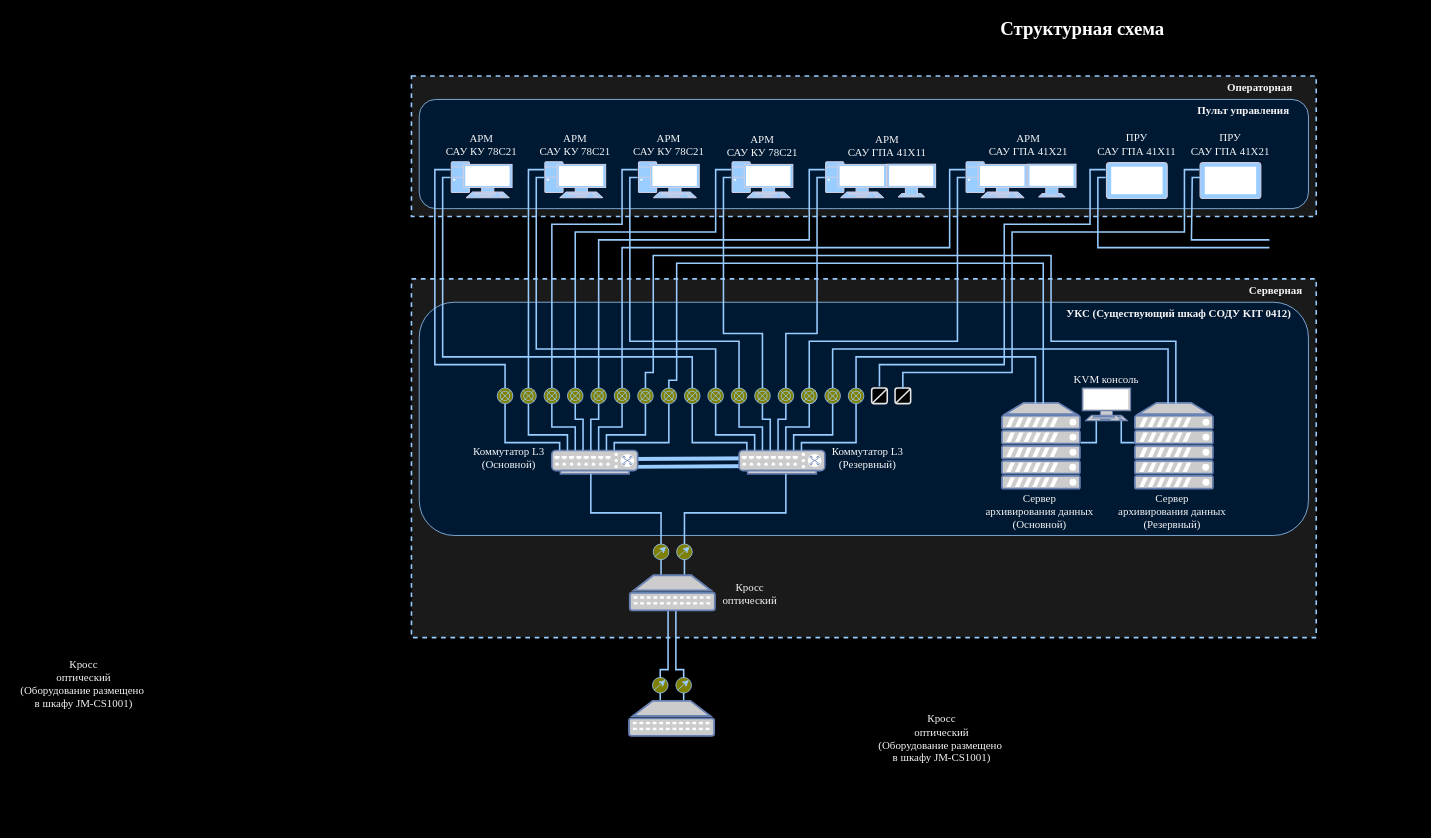
The draw.io diagram Диаграмма без названия.drawio in Tretyak0ff/schemes, before the edit. Source tidied: cells renumbered, new cells numbered last; positions are measured from the earlier drawing's top-left corner, leaving out a move shared by most shapes. Both pictures are drawn from the tidied source at 78%, with x=0, y=0 at pixel (13, 13).
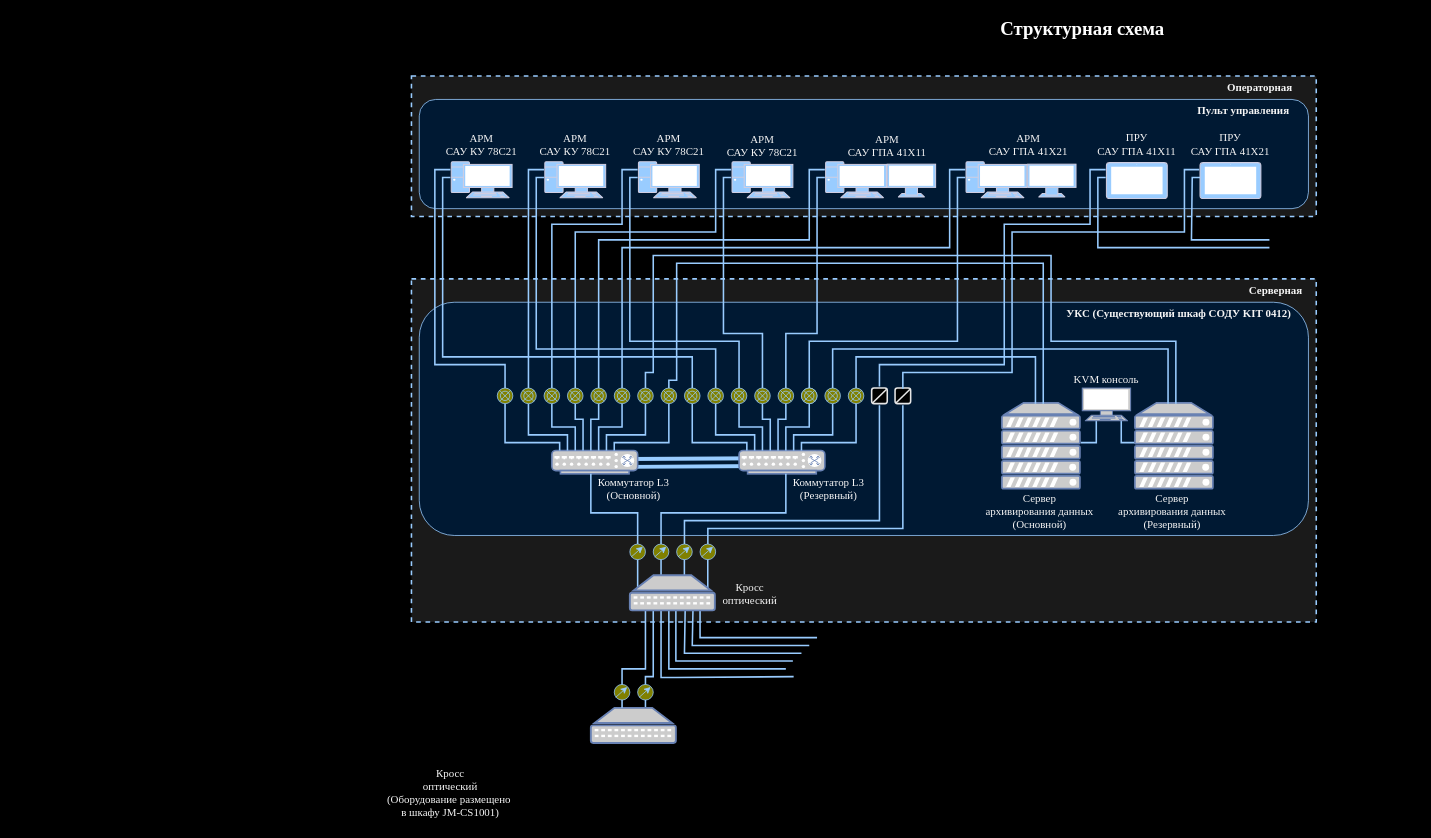
The same diagram, later.

What changed in the source:
```diff
@@
-    <mxCell id="3" value="&lt;div&gt;&lt;span style=&quot;text-wrap: nowrap;&quot;&gt;Кросс&lt;/span&gt;&lt;/div&gt;&lt;div&gt;&lt;span style=&quot;text-wrap: nowrap; background-color: initial;&quot;&gt;оптический&lt;/span&gt;&lt;/div&gt;&lt;div&gt;&lt;span style=&quot;text-wrap: nowrap; background-color: initial;&quot;&gt;(Оборудование размещено&amp;nbsp;&lt;/span&gt;&lt;/div&gt;&lt;div&gt;&lt;span style=&quot;text-wrap: nowrap; background-color: initial;&quot;&gt;в шкафу JM-CS1001)&lt;/span&gt;&lt;/div&gt;" style="text;whiteSpace=wrap;html=1;align=center;labelBackgroundColor=none;fontColor=#f5f5f5;verticalAlign=middle;fontSize=14;fontFamily=Times New Roman;" parent="1" vertex="1">
-      <mxGeometry x="1100" y="890" width="180" height="80" as="geometry" />
-    </mxCell>
@@
     <mxCell id="9" value="&lt;font face=&quot;Times New Roman&quot; color=&quot;#f5f5f5&quot;&gt;Серверная&lt;span style=&quot;white-space: pre;&quot;&gt;&#9;&lt;/span&gt;&lt;/font&gt;" style="rounded=0;whiteSpace=wrap;html=1;strokeColor=#99CCFF;fontColor=#99CCFF;fillColor=#1A1A1A;dashed=1;strokeWidth=2;verticalAlign=top;fontSize=14;fontStyle=1;align=right;" parent="8" vertex="1">
-      <mxGeometry x="510" y="340" width="1160" height="460" as="geometry" />
+      <mxGeometry x="510" y="340" width="1160" height="440" as="geometry" />
     </mxCell>
@@
     <mxCell id="26" value="&lt;span style=&quot;text-wrap: nowrap;&quot;&gt;Коммутатор L3&lt;/span&gt;&lt;div&gt;&lt;span style=&quot;text-wrap: nowrap;&quot;&gt;(Основной)&lt;/span&gt;&lt;/div&gt;" style="text;whiteSpace=wrap;html=1;align=center;labelBackgroundColor=none;fontColor=#f5f5f5;verticalAlign=middle;fontSize=14;fontFamily=Times New Roman;" parent="25" vertex="1">
-      <mxGeometry x="580" y="550" width="110" height="40" as="geometry" />
+      <mxGeometry x="740" y="590" width="110" height="40" as="geometry" />
     </mxCell>
     <mxCell id="27" value="&lt;span style=&quot;text-wrap: nowrap;&quot;&gt;Коммутатор L3&lt;/span&gt;&lt;div&gt;&lt;span style=&quot;text-wrap: nowrap;&quot;&gt;(Резервный)&lt;/span&gt;&lt;/div&gt;" style="text;whiteSpace=wrap;html=1;align=center;labelBackgroundColor=none;fontColor=#f5f5f5;verticalAlign=middle;fontSize=14;fontFamily=Times New Roman;" parent="25" vertex="1">
-      <mxGeometry x="1040" y="550" width="110" height="40" as="geometry" />
+      <mxGeometry x="990" y="590" width="110" height="40" as="geometry" />
     </mxCell>
@@
     <mxCell id="153" style="endArrow=none;html=1;rounded=0;strokeColor=#99CCFF;fontColor=#1A1A1A;strokeWidth=2;" parent="152" edge="1">
       <mxGeometry relative="1" as="geometry">
-        <mxPoint x="829" y="881" as="sourcePoint" />
-        <mxPoint x="839" y="765" as="targetPoint" />
+        <mxPoint x="810" y="890" as="sourcePoint" />
+        <mxPoint x="820" y="760" as="targetPoint" />
         <Array as="points">
-          <mxPoint x="829" y="841" />
-          <mxPoint x="839" y="841" />
+          <mxPoint x="810" y="850" />
+          <mxPoint x="820" y="850" />
         </Array>
       </mxGeometry>
     </mxCell>
-    <mxCell id="154" style="group;" parent="152" vertex="1">
-      <mxGeometry x="819" y="851" width="20" height="20" as="geometry" />
-    </mxCell>
-    <mxCell id="155" style="strokeWidth=1;html=1;shape=mxgraph.flowchart.start_2;whiteSpace=wrap;strokeColor=#99CCFF;fontColor=#1A1A1A;fillColor=#808000;fillStyle=solid;" parent="154" vertex="1">
-      <mxGeometry width="20" height="20" as="geometry" />
-    </mxCell>
-    <mxCell id="156" style="endArrow=classic;html=1;rounded=0;strokeColor=#99CCFF;fontColor=#1A1A1A;exitX=0.093;exitY=0.826;exitDx=0;exitDy=0;exitPerimeter=0;entryX=0.835;entryY=0.166;entryDx=0;entryDy=0;entryPerimeter=0;" parent="154" edge="1" source="155" target="155">
-      <mxGeometry relative="1" as="geometry" />
-    </mxCell>
     <mxCell id="157" style="endArrow=none;html=1;rounded=0;strokeColor=#99CCFF;fontColor=#1A1A1A;strokeWidth=2;" parent="152" edge="1">
       <mxGeometry relative="1" as="geometry">
-        <mxPoint x="859" y="881" as="sourcePoint" />
-        <mxPoint x="849" y="765" as="targetPoint" />
+        <mxPoint x="1000" y="850" as="sourcePoint" />
+        <mxPoint x="830" y="760" as="targetPoint" />
         <Array as="points">
-          <mxPoint x="859" y="841" />
-          <mxPoint x="849" y="841" />
-          <mxPoint x="849" y="791" />
+          <mxPoint x="849" y="851" />
+          <mxPoint x="830" y="851" />
+          <mxPoint x="830" y="800" />
         </Array>
       </mxGeometry>
     </mxCell>
-    <mxCell id="158" style="group;" parent="152" vertex="1">
-      <mxGeometry x="849" y="851" width="20" height="20" as="geometry" />
-    </mxCell>
-    <mxCell id="159" style="strokeWidth=1;html=1;shape=mxgraph.flowchart.start_2;whiteSpace=wrap;strokeColor=#99CCFF;fontColor=#1A1A1A;fillColor=#808000;fillStyle=solid;" parent="158" vertex="1">
-      <mxGeometry width="20" height="20" as="geometry" />
-    </mxCell>
-    <mxCell id="160" style="endArrow=classic;html=1;rounded=0;strokeColor=#99CCFF;fontColor=#1A1A1A;exitX=0.093;exitY=0.826;exitDx=0;exitDy=0;exitPerimeter=0;entryX=0.835;entryY=0.166;entryDx=0;entryDy=0;entryPerimeter=0;" parent="158" edge="1" source="159" target="159">
-      <mxGeometry relative="1" as="geometry" />
-    </mxCell>
-    <mxCell id="161" value="&lt;div&gt;&lt;span style=&quot;text-wrap: nowrap;&quot;&gt;Кросс&lt;/span&gt;&lt;/div&gt;&lt;div&gt;&lt;span style=&quot;text-wrap: nowrap; background-color: initial;&quot;&gt;оптический&lt;/span&gt;&lt;/div&gt;" style="text;whiteSpace=wrap;html=1;align=center;labelBackgroundColor=none;fontColor=#f5f5f5;verticalAlign=middle;fontSize=14;fontFamily=Times New Roman;" parent="152" vertex="1">
-      <mxGeometry x="899" y="725" width="90" height="40" as="geometry" />
-    </mxCell>
     <mxCell id="162" style="fontColor=#0066CC;verticalAlign=top;verticalLabelPosition=bottom;labelPosition=center;align=center;html=1;fillColor=#CCCCCC;strokeColor=#6881B3;gradientColor=none;gradientDirection=north;strokeWidth=2;shape=mxgraph.networks.patch_panel;" parent="152" vertex="1">
-      <mxGeometry x="789" y="881" width="109" height="45" as="geometry" />
+      <mxGeometry x="740" y="890" width="109" height="45" as="geometry" />
     </mxCell>
     <mxCell id="163" value="&lt;div&gt;&lt;span style=&quot;text-wrap: nowrap;&quot;&gt;Кросс&lt;/span&gt;&lt;/div&gt;&lt;div&gt;&lt;span style=&quot;text-wrap: nowrap; background-color: initial;&quot;&gt;оптический&lt;/span&gt;&lt;/div&gt;&lt;div&gt;&lt;span style=&quot;text-wrap: nowrap; background-color: initial;&quot;&gt;(Оборудование размещено&amp;nbsp;&lt;/span&gt;&lt;/div&gt;&lt;div&gt;&lt;span style=&quot;text-wrap: nowrap; background-color: initial;&quot;&gt;в шкафу JM-CS1001)&lt;/span&gt;&lt;/div&gt;" style="text;whiteSpace=wrap;html=1;align=center;labelBackgroundColor=none;fontColor=#f5f5f5;verticalAlign=middle;fontSize=14;fontFamily=Times New Roman;" parent="152" vertex="1">
-      <mxGeometry y="820" width="180" height="80" as="geometry" />
+      <mxGeometry x="470" y="960" width="180" height="80" as="geometry" />
     </mxCell>
     <mxCell id="164" style="endArrow=none;html=1;rounded=0;strokeColor=#99CCFF;fontColor=#1A1A1A;strokeWidth=2;exitX=0.5;exitY=0;exitDx=0;exitDy=0;exitPerimeter=0;" parent="152" edge="1" source="167">
       <mxGeometry relative="1" as="geometry">
         <mxPoint x="990" y="590" as="targetPoint" />
         <Array as="points">
-          <mxPoint x="860" y="640" />
+          <mxPoint x="830" y="640" />
           <mxPoint x="990" y="640" />
         </Array>
       </mxGeometry>
     </mxCell>
     <mxCell id="165" style="strokeWidth=1;html=1;shape=mxgraph.flowchart.start_2;whiteSpace=wrap;strokeColor=#99CCFF;fontColor=#1A1A1A;fillColor=#808000;" parent="152" vertex="1">
-      <mxGeometry x="820" y="680" width="20" height="20" as="geometry" />
+      <mxGeometry x="790" y="680" width="20" height="20" as="geometry" />
     </mxCell>
@@
     <mxCell id="167" style="strokeWidth=1;html=1;shape=mxgraph.flowchart.start_2;whiteSpace=wrap;strokeColor=#99CCFF;fontColor=#1A1A1A;fillColor=#808000;" parent="152" vertex="1">
-      <mxGeometry x="850" y="680" width="20" height="20" as="geometry" />
+      <mxGeometry x="820" y="680" width="20" height="20" as="geometry" />
     </mxCell>
@@
     <mxCell id="169" style="endArrow=none;html=1;rounded=0;strokeColor=#99CCFF;fontColor=#1A1A1A;strokeWidth=2;exitX=0.5;exitY=0;exitDx=0;exitDy=0;exitPerimeter=0;" parent="152" edge="1" source="165">
       <mxGeometry relative="1" as="geometry">
         <mxPoint x="740" y="600" as="targetPoint" />
         <Array as="points">
-          <mxPoint x="830" y="640" />
+          <mxPoint x="800" y="640" />
           <mxPoint x="740" y="640" />
           <mxPoint x="740" y="590" />
         </Array>
       </mxGeometry>
     </mxCell>
     <mxCell id="170" style="endArrow=none;html=1;rounded=0;strokeColor=#99CCFF;strokeWidth=2;entryX=0.5;entryY=1;entryDx=0;entryDy=0;entryPerimeter=0;" parent="152" edge="1" target="165">
       <mxGeometry relative="1" as="geometry">
-        <mxPoint x="830" y="740" as="sourcePoint" />
+        <mxPoint x="800" y="740" as="sourcePoint" />
       </mxGeometry>
     </mxCell>
     <mxCell id="171" style="endArrow=none;html=1;rounded=0;strokeColor=#99CCFF;strokeWidth=2;entryX=0.5;entryY=1;entryDx=0;entryDy=0;entryPerimeter=0;" parent="152" edge="1" target="167">
       <mxGeometry relative="1" as="geometry">
-        <mxPoint x="860" y="740" as="sourcePoint" />
+        <mxPoint x="830" y="720" as="sourcePoint" />
       </mxGeometry>
     </mxCell>
+    <mxCell id="173" style="strokeWidth=1;html=1;shape=mxgraph.flowchart.start_2;whiteSpace=wrap;strokeColor=#99CCFF;fontColor=#1A1A1A;fillColor=#808000;fillStyle=solid;" parent="152" vertex="1">
+      <mxGeometry x="800" y="860" width="20" height="20" as="geometry" />
+    </mxCell>
+    <mxCell id="174" style="endArrow=classic;html=1;rounded=0;strokeColor=#99CCFF;fontColor=#1A1A1A;exitX=0.093;exitY=0.826;exitDx=0;exitDy=0;exitPerimeter=0;entryX=0.835;entryY=0.166;entryDx=0;entryDy=0;entryPerimeter=0;" parent="152" edge="1" source="173" target="173">
+      <mxGeometry relative="1" as="geometry" />
+    </mxCell>
+    <mxCell id="175" style="endArrow=none;html=1;rounded=0;strokeColor=#99CCFF;fontColor=#1A1A1A;strokeWidth=2;" parent="152" edge="1">
+      <mxGeometry relative="1" as="geometry">
+        <mxPoint x="999" y="830" as="sourcePoint" />
+        <mxPoint x="849" y="760" as="targetPoint" />
+        <Array as="points">
+          <mxPoint x="879" y="830" />
+          <mxPoint x="849" y="830" />
+        </Array>
+      </mxGeometry>
+    </mxCell>
+    <mxCell id="176" style="endArrow=none;html=1;rounded=0;strokeColor=#99CCFF;fontColor=#1A1A1A;strokeWidth=2;" parent="152" edge="1">
+      <mxGeometry relative="1" as="geometry">
+        <mxPoint x="1010" y="820" as="sourcePoint" />
+        <mxPoint x="861" y="760" as="targetPoint" />
+        <Array as="points">
+          <mxPoint x="890" y="820" />
+          <mxPoint x="860" y="820" />
+        </Array>
+      </mxGeometry>
+    </mxCell>
+    <mxCell id="177" style="endArrow=none;html=1;rounded=0;strokeColor=#99CCFF;fontColor=#1A1A1A;strokeWidth=2;" parent="152" edge="1">
+      <mxGeometry relative="1" as="geometry">
+        <mxPoint x="780" y="890" as="sourcePoint" />
+        <mxPoint x="810" y="760" as="targetPoint" />
+        <Array as="points">
+          <mxPoint x="780" y="840" />
+          <mxPoint x="810" y="840" />
+        </Array>
+      </mxGeometry>
+    </mxCell>
+    <mxCell id="178" style="endArrow=none;html=1;rounded=0;strokeColor=#99CCFF;fontColor=#1A1A1A;strokeWidth=2;" parent="152" edge="1">
+      <mxGeometry relative="1" as="geometry">
+        <mxPoint x="990" y="840" as="sourcePoint" />
+        <mxPoint x="840" y="760" as="targetPoint" />
+        <Array as="points">
+          <mxPoint x="870" y="840" />
+          <mxPoint x="840" y="840" />
+        </Array>
+      </mxGeometry>
+    </mxCell>
+    <mxCell id="179" style="group;" parent="152" vertex="1">
+      <mxGeometry x="770" y="860" width="20" height="20" as="geometry" />
+    </mxCell>
+    <mxCell id="180" style="strokeWidth=1;html=1;shape=mxgraph.flowchart.start_2;whiteSpace=wrap;strokeColor=#99CCFF;fontColor=#1A1A1A;fillColor=#808000;fillStyle=solid;" parent="179" vertex="1">
+      <mxGeometry width="20" height="20" as="geometry" />
+    </mxCell>
+    <mxCell id="181" style="endArrow=classic;html=1;rounded=0;strokeColor=#99CCFF;fontColor=#1A1A1A;exitX=0.093;exitY=0.826;exitDx=0;exitDy=0;exitPerimeter=0;entryX=0.835;entryY=0.166;entryDx=0;entryDy=0;entryPerimeter=0;" parent="179" edge="1" source="180" target="180">
+      <mxGeometry relative="1" as="geometry" />
+    </mxCell>
+    <mxCell id="161" value="&lt;div&gt;&lt;span style=&quot;text-wrap: nowrap;&quot;&gt;Кросс&lt;/span&gt;&lt;/div&gt;&lt;div&gt;&lt;span style=&quot;text-wrap: nowrap; background-color: initial;&quot;&gt;оптический&lt;/span&gt;&lt;/div&gt;" style="text;whiteSpace=wrap;html=1;align=center;labelBackgroundColor=none;fontColor=#f5f5f5;verticalAlign=middle;fontSize=14;fontFamily=Times New Roman;" parent="152" vertex="1">
+      <mxGeometry x="899" y="725" width="90" height="40" as="geometry" />
+    </mxCell>
+    <mxCell id="182" style="endArrow=none;html=1;rounded=0;strokeColor=#99CCFF;fontColor=#1A1A1A;strokeWidth=2;exitX=0.5;exitY=0;exitDx=0;exitDy=0;exitPerimeter=0;entryX=0.5;entryY=1;entryDx=0;entryDy=0;" parent="152" edge="1" source="183">
+      <mxGeometry relative="1" as="geometry">
+        <mxPoint x="1110" y="502" as="targetPoint" />
+        <Array as="points">
+          <mxPoint x="860" y="650" />
+          <mxPoint x="1110" y="650" />
+        </Array>
+      </mxGeometry>
+    </mxCell>
+    <mxCell id="183" style="strokeWidth=1;html=1;shape=mxgraph.flowchart.start_2;whiteSpace=wrap;strokeColor=#99CCFF;fontColor=#1A1A1A;fillColor=#808000;" parent="152" vertex="1">
+      <mxGeometry x="850" y="680" width="20" height="20" as="geometry" />
+    </mxCell>
+    <mxCell id="184" style="endArrow=classic;html=1;rounded=0;strokeColor=#99CCFF;fontColor=#1A1A1A;exitX=0.093;exitY=0.826;exitDx=0;exitDy=0;exitPerimeter=0;entryX=0.835;entryY=0.166;entryDx=0;entryDy=0;entryPerimeter=0;" parent="152" edge="1" source="183" target="183">
+      <mxGeometry relative="1" as="geometry" />
+    </mxCell>
+    <mxCell id="185" style="endArrow=none;html=1;rounded=0;strokeColor=#99CCFF;fontColor=#1A1A1A;strokeWidth=2;exitX=0.5;exitY=0;exitDx=0;exitDy=0;exitPerimeter=0;entryX=0.5;entryY=1;entryDx=0;entryDy=0;" parent="152" edge="1" source="186">
+      <mxGeometry relative="1" as="geometry">
+        <mxPoint x="1140" y="502" as="targetPoint" />
+        <Array as="points">
+          <mxPoint x="890" y="660" />
+          <mxPoint x="1140" y="660" />
+        </Array>
+      </mxGeometry>
+    </mxCell>
+    <mxCell id="186" style="strokeWidth=1;html=1;shape=mxgraph.flowchart.start_2;whiteSpace=wrap;strokeColor=#99CCFF;fontColor=#1A1A1A;fillColor=#808000;" parent="152" vertex="1">
+      <mxGeometry x="880" y="680" width="20" height="20" as="geometry" />
+    </mxCell>
+    <mxCell id="187" style="endArrow=classic;html=1;rounded=0;strokeColor=#99CCFF;fontColor=#1A1A1A;exitX=0.093;exitY=0.826;exitDx=0;exitDy=0;exitPerimeter=0;entryX=0.835;entryY=0.166;entryDx=0;entryDy=0;entryPerimeter=0;" parent="152" edge="1" source="186" target="186">
+      <mxGeometry relative="1" as="geometry" />
+    </mxCell>
+    <mxCell id="188" style="endArrow=none;html=1;rounded=0;strokeColor=#99CCFF;strokeWidth=2;entryX=0.5;entryY=1;entryDx=0;entryDy=0;entryPerimeter=0;" parent="152" edge="1">
+      <mxGeometry relative="1" as="geometry">
+        <mxPoint x="859.9" y="720" as="sourcePoint" />
+        <mxPoint x="859.9" y="700" as="targetPoint" />
+      </mxGeometry>
+    </mxCell>
+    <mxCell id="189" style="endArrow=none;html=1;rounded=0;strokeColor=#99CCFF;strokeWidth=2;entryX=0.5;entryY=1;entryDx=0;entryDy=0;entryPerimeter=0;" parent="152" edge="1">
+      <mxGeometry relative="1" as="geometry">
+        <mxPoint x="889.9" y="740" as="sourcePoint" />
+        <mxPoint x="889.9" y="700" as="targetPoint" />
+      </mxGeometry>
+    </mxCell>
+    <mxCell id="190" style="endArrow=none;html=1;rounded=0;strokeColor=#99CCFF;fontColor=#1A1A1A;strokeWidth=2;" parent="152" edge="1">
+      <mxGeometry relative="1" as="geometry">
+        <mxPoint x="1020" y="810" as="sourcePoint" />
+        <mxPoint x="871" y="760" as="targetPoint" />
+        <Array as="points">
+          <mxPoint x="900" y="810" />
+          <mxPoint x="870" y="810" />
+        </Array>
+      </mxGeometry>
+    </mxCell>
+    <mxCell id="191" style="endArrow=none;html=1;rounded=0;strokeColor=#99CCFF;fontColor=#1A1A1A;strokeWidth=2;" parent="152" edge="1">
+      <mxGeometry relative="1" as="geometry">
+        <mxPoint x="1030" y="800" as="sourcePoint" />
+        <mxPoint x="880" y="760" as="targetPoint" />
+        <Array as="points">
+          <mxPoint x="910" y="800" />
+          <mxPoint x="880" y="800" />
+        </Array>
+      </mxGeometry>
+    </mxCell>
```
